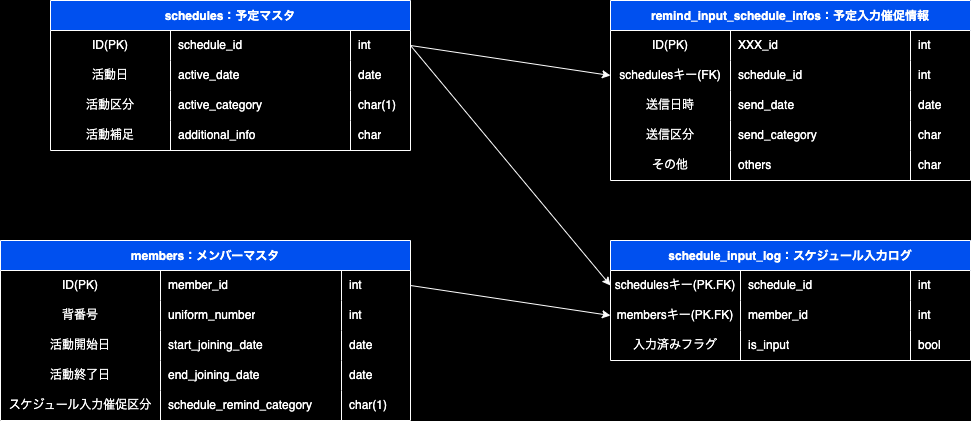
The draw.io diagram 03_テーブル/ER_figure.drawio.png in ShigaFreedom/document_freedom_system, before a commit. Source tidied: cells renumbered, new cells last; positions are measured from the earlier drawing's top-left corner, leaving out a move shared by most shapes.
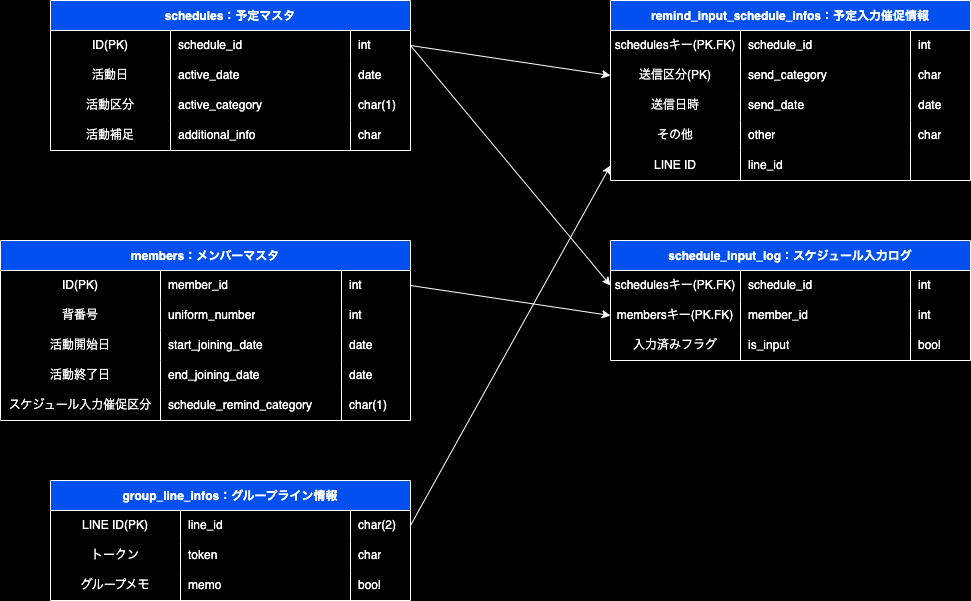
The same file after the commit.

The edit, as a diff of the source:
```diff
@@ -59,63 +59,63 @@
     <mxCell id="20" style="shape=tableRow;horizontal=0;startSize=0;swimlaneHead=0;swimlaneBody=0;top=0;left=0;bottom=0;right=0;fillColor=none;" parent="19" vertex="1">
       <mxGeometry y="30" width="360" height="30" as="geometry" />
     </mxCell>
-    <mxCell id="21" value="ID(PK)" style="shape=partialRectangle;html=1;whiteSpace=wrap;fillColor=none;top=0;left=0;bottom=0;right=0;overflow=hidden;fontColor=#FFFFFF;" parent="20" vertex="1">
-      <mxGeometry width="120" height="30" as="geometry" />
+    <mxCell id="21" value="schedulesキー(PK.FK)" style="shape=partialRectangle;html=1;whiteSpace=wrap;fillColor=none;top=0;left=0;bottom=0;right=0;overflow=hidden;fontColor=#FFFFFF;" parent="20" vertex="1">
+      <mxGeometry width="130" height="30" as="geometry" />
     </mxCell>
-    <mxCell id="22" value="XXX_id" style="shape=partialRectangle;html=1;whiteSpace=wrap;fillColor=none;top=0;left=0;bottom=0;right=0;align=left;spacingLeft=6;overflow=hidden;fontColor=#FFFFFF;" parent="20" vertex="1">
-      <mxGeometry x="120" width="180" height="30" as="geometry" />
+    <mxCell id="22" value="schedule_id" style="shape=partialRectangle;html=1;whiteSpace=wrap;fillColor=none;top=0;left=0;bottom=0;right=0;align=left;spacingLeft=6;overflow=hidden;fontColor=#FFFFFF;" parent="20" vertex="1">
+      <mxGeometry x="130" width="170" height="30" as="geometry" />
     </mxCell>
     <mxCell id="23" value="int" style="shape=partialRectangle;html=1;whiteSpace=wrap;fillColor=none;top=0;left=0;bottom=0;right=0;align=left;spacingLeft=6;overflow=hidden;fontColor=#FFFFFF;" parent="20" vertex="1">
       <mxGeometry x="300" width="60" height="30" as="geometry" />
     </mxCell>
-    <mxCell id="24" style="shape=tableRow;horizontal=0;startSize=0;swimlaneHead=0;swimlaneBody=0;top=0;left=0;bottom=0;right=0;fillColor=none;points=[[0,0.5],[1,0.5]];portConstraint=eastwest;" parent="19" vertex="1">
-      <mxGeometry y="60" width="360" height="30" as="geometry" />
-    </mxCell>
-    <mxCell id="25" value="schedulesキー(FK)" style="shape=partialRectangle;html=1;whiteSpace=wrap;fillColor=none;top=0;left=0;bottom=0;right=0;overflow=hidden;fontColor=#FFFFFF;" parent="24" vertex="1">
-      <mxGeometry width="120" height="30" as="geometry" />
-    </mxCell>
-    <mxCell id="26" value="schedule_id" style="shape=partialRectangle;html=1;whiteSpace=wrap;fillColor=none;top=0;left=0;bottom=0;right=0;align=left;spacingLeft=6;overflow=hidden;fontColor=#FFFFFF;" parent="24" vertex="1">
-      <mxGeometry x="120" width="180" height="30" as="geometry" />
-    </mxCell>
-    <mxCell id="27" value="int" style="shape=partialRectangle;html=1;whiteSpace=wrap;fillColor=none;top=0;left=0;bottom=0;right=0;align=left;spacingLeft=6;overflow=hidden;fontColor=#FFFFFF;" parent="24" vertex="1">
-      <mxGeometry x="300" width="60" height="30" as="geometry" />
-    </mxCell>
+    <mxCell id="32" style="shape=tableRow;horizontal=0;startSize=0;swimlaneHead=0;swimlaneBody=0;top=0;left=0;bottom=0;right=0;fillColor=none;" parent="19" vertex="1">
+      <mxGeometry y="60" width="360" height="30" as="geometry" />
+    </mxCell>
+    <mxCell id="33" value="送信区分(PK)" style="shape=partialRectangle;html=1;whiteSpace=wrap;fillColor=none;top=0;left=0;bottom=0;right=0;overflow=hidden;fontColor=#FFFFFF;" parent="32" vertex="1">
+      <mxGeometry width="130" height="30" as="geometry" />
+    </mxCell>
+    <mxCell id="34" value="send_category" style="shape=partialRectangle;html=1;whiteSpace=wrap;fillColor=none;top=0;left=0;bottom=0;right=0;align=left;spacingLeft=6;overflow=hidden;fontColor=#FFFFFF;" parent="32" vertex="1">
+      <mxGeometry x="130" width="170" height="30" as="geometry" />
+    </mxCell>
+    <mxCell id="35" value="char" style="shape=partialRectangle;html=1;whiteSpace=wrap;fillColor=none;top=0;left=0;bottom=0;right=0;align=left;spacingLeft=6;overflow=hidden;fontColor=#FFFFFF;" parent="32" vertex="1">
+      <mxGeometry x="300" width="60" height="30" as="geometry" />
+    </mxCell>
     <mxCell id="28" style="shape=tableRow;horizontal=0;startSize=0;swimlaneHead=0;swimlaneBody=0;top=0;left=0;bottom=0;right=0;fillColor=none;" parent="19" vertex="1">
       <mxGeometry y="90" width="360" height="30" as="geometry" />
     </mxCell>
     <mxCell id="29" value="送信日時" style="shape=partialRectangle;html=1;whiteSpace=wrap;fillColor=none;top=0;left=0;bottom=0;right=0;overflow=hidden;fontColor=#FFFFFF;" parent="28" vertex="1">
-      <mxGeometry width="120" height="30" as="geometry" />
+      <mxGeometry width="130" height="30" as="geometry" />
     </mxCell>
     <mxCell id="30" value="send_date" style="shape=partialRectangle;html=1;whiteSpace=wrap;fillColor=none;top=0;left=0;bottom=0;right=0;align=left;spacingLeft=6;overflow=hidden;fontColor=#FFFFFF;" parent="28" vertex="1">
-      <mxGeometry x="120" width="180" height="30" as="geometry" />
+      <mxGeometry x="130" width="170" height="30" as="geometry" />
     </mxCell>
     <mxCell id="31" value="date" style="shape=partialRectangle;html=1;whiteSpace=wrap;fillColor=none;top=0;left=0;bottom=0;right=0;align=left;spacingLeft=6;overflow=hidden;fontColor=#FFFFFF;" parent="28" vertex="1">
       <mxGeometry x="300" width="60" height="30" as="geometry" />
     </mxCell>
-    <mxCell id="32" style="shape=tableRow;horizontal=0;startSize=0;swimlaneHead=0;swimlaneBody=0;top=0;left=0;bottom=0;right=0;fillColor=none;" parent="19" vertex="1">
-      <mxGeometry y="120" width="360" height="30" as="geometry" />
-    </mxCell>
-    <mxCell id="33" value="送信区分" style="shape=partialRectangle;html=1;whiteSpace=wrap;fillColor=none;top=0;left=0;bottom=0;right=0;overflow=hidden;fontColor=#FFFFFF;" parent="32" vertex="1">
-      <mxGeometry width="120" height="30" as="geometry" />
-    </mxCell>
-    <mxCell id="34" value="send_category" style="shape=partialRectangle;html=1;whiteSpace=wrap;fillColor=none;top=0;left=0;bottom=0;right=0;align=left;spacingLeft=6;overflow=hidden;fontColor=#FFFFFF;" parent="32" vertex="1">
-      <mxGeometry x="120" width="180" height="30" as="geometry" />
-    </mxCell>
-    <mxCell id="35" value="char" style="shape=partialRectangle;html=1;whiteSpace=wrap;fillColor=none;top=0;left=0;bottom=0;right=0;align=left;spacingLeft=6;overflow=hidden;fontColor=#FFFFFF;" parent="32" vertex="1">
-      <mxGeometry x="300" width="60" height="30" as="geometry" />
-    </mxCell>
     <mxCell id="36" style="shape=tableRow;horizontal=0;startSize=0;swimlaneHead=0;swimlaneBody=0;top=0;left=0;bottom=0;right=0;fillColor=none;" parent="19" vertex="1">
-      <mxGeometry y="150" width="360" height="30" as="geometry" />
+      <mxGeometry y="120" width="360" height="30" as="geometry" />
     </mxCell>
     <mxCell id="37" value="その他" style="shape=partialRectangle;html=1;whiteSpace=wrap;fillColor=none;top=0;left=0;bottom=0;right=0;overflow=hidden;fontColor=#FFFFFF;" parent="36" vertex="1">
-      <mxGeometry width="120" height="30" as="geometry" />
+      <mxGeometry width="130" height="30" as="geometry" />
     </mxCell>
-    <mxCell id="38" value="others" style="shape=partialRectangle;html=1;whiteSpace=wrap;fillColor=none;top=0;left=0;bottom=0;right=0;align=left;spacingLeft=6;overflow=hidden;fontColor=#FFFFFF;" parent="36" vertex="1">
-      <mxGeometry x="120" width="180" height="30" as="geometry" />
+    <mxCell id="38" value="other" style="shape=partialRectangle;html=1;whiteSpace=wrap;fillColor=none;top=0;left=0;bottom=0;right=0;align=left;spacingLeft=6;overflow=hidden;fontColor=#FFFFFF;" parent="36" vertex="1">
+      <mxGeometry x="130" width="170" height="30" as="geometry" />
     </mxCell>
     <mxCell id="39" value="char" style="shape=partialRectangle;html=1;whiteSpace=wrap;fillColor=none;top=0;left=0;bottom=0;right=0;align=left;spacingLeft=6;overflow=hidden;fontColor=#FFFFFF;" parent="36" vertex="1">
       <mxGeometry x="300" width="60" height="30" as="geometry" />
     </mxCell>
+    <mxCell id="77" style="shape=tableRow;horizontal=0;startSize=0;swimlaneHead=0;swimlaneBody=0;top=0;left=0;bottom=0;right=0;fillColor=none;points=[[0,0.5],[1,0.5]];portConstraint=eastwest;" parent="19" vertex="1">
+      <mxGeometry y="150" width="360" height="30" as="geometry" />
+    </mxCell>
+    <mxCell id="78" value="LINE ID" style="shape=partialRectangle;html=1;whiteSpace=wrap;fillColor=none;top=0;left=0;bottom=0;right=0;overflow=hidden;fontColor=#FFFFFF;" parent="77" vertex="1">
+      <mxGeometry width="130" height="30" as="geometry" />
+    </mxCell>
+    <mxCell id="79" value="line_id" style="shape=partialRectangle;html=1;whiteSpace=wrap;fillColor=none;top=0;left=0;bottom=0;right=0;align=left;spacingLeft=6;overflow=hidden;fontColor=#FFFFFF;" parent="77" vertex="1">
+      <mxGeometry x="130" width="170" height="30" as="geometry" />
+    </mxCell>
+    <mxCell id="80" style="shape=partialRectangle;html=1;whiteSpace=wrap;fillColor=none;top=0;left=0;bottom=0;right=0;align=left;spacingLeft=6;overflow=hidden;fontColor=#FFFFFF;" parent="77" vertex="1">
+      <mxGeometry x="300" width="60" height="30" as="geometry" />
+    </mxCell>
     <mxCell id="40" value="members：メンバーマスタ" style="shape=table;startSize=30;rowLines=0;fontStyle=1;fillColor=#0050ef;fontColor=#FFFFFF;strokeColor=#FFFFFF;" parent="1" vertex="1">
       <mxGeometry y="240" width="410" height="180" as="geometry" />
     </mxCell>
@@ -224,8 +224,52 @@
     <mxCell id="75" style="endArrow=classic;html=1;fontColor=#FFFFFF;strokeColor=#FFFFFF;exitX=1;exitY=0.5;exitDx=0;exitDy=0;entryX=0;entryY=0.5;entryDx=0;entryDy=0;" parent="1" edge="1" source="3" target="62">
       <mxGeometry relative="1" as="geometry" />
     </mxCell>
-    <mxCell id="76" style="endArrow=classic;html=1;fontColor=#FFFFFF;strokeColor=#FFFFFF;entryX=0;entryY=0.5;entryDx=0;entryDy=0;exitX=1;exitY=0.5;exitDx=0;exitDy=0;" parent="1" edge="1" source="3" target="24">
-      <mxGeometry relative="1" as="geometry" />
+    <mxCell id="76" style="endArrow=classic;html=1;fontColor=#FFFFFF;strokeColor=#FFFFFF;entryX=0;entryY=0.5;entryDx=0;entryDy=0;exitX=1;exitY=0.5;exitDx=0;exitDy=0;" parent="1" edge="1" source="3">
+      <mxGeometry relative="1" as="geometry">
+        <mxPoint x="610" y="75" as="targetPoint" />
+      </mxGeometry>
     </mxCell>
+    <mxCell id="81" value="group_line_infos：グループライン情報" style="shape=table;startSize=30;rowLines=0;fontStyle=1;fillColor=#0050ef;fontColor=#FFFFFF;strokeColor=#FFFFFF;" parent="1" vertex="1">
+      <mxGeometry x="50" y="480" width="360" height="120" as="geometry" />
+    </mxCell>
+    <mxCell id="82" style="shape=tableRow;horizontal=0;startSize=0;swimlaneHead=0;swimlaneBody=0;top=0;left=0;bottom=0;right=0;fillColor=none;points=[[0,0.5],[1,0.5]];portConstraint=eastwest;" parent="81" vertex="1">
+      <mxGeometry y="30" width="360" height="30" as="geometry" />
+    </mxCell>
+    <mxCell id="83" value="LINE ID(PK)" style="shape=partialRectangle;html=1;whiteSpace=wrap;fillColor=none;top=0;left=0;bottom=0;right=0;overflow=hidden;fontColor=#FFFFFF;" parent="82" vertex="1">
+      <mxGeometry width="130" height="30" as="geometry" />
+    </mxCell>
+    <mxCell id="84" value="line_id" style="shape=partialRectangle;html=1;whiteSpace=wrap;fillColor=none;top=0;left=0;bottom=0;right=0;align=left;spacingLeft=6;overflow=hidden;fontColor=#FFFFFF;" parent="82" vertex="1">
+      <mxGeometry x="130" width="170" height="30" as="geometry" />
+    </mxCell>
+    <mxCell id="85" value="char(2)" style="shape=partialRectangle;html=1;whiteSpace=wrap;fillColor=none;top=0;left=0;bottom=0;right=0;align=left;spacingLeft=6;overflow=hidden;fontColor=#FFFFFF;" parent="82" vertex="1">
+      <mxGeometry x="300" width="60" height="30" as="geometry" />
+    </mxCell>
+    <mxCell id="24" style="shape=tableRow;horizontal=0;startSize=0;swimlaneHead=0;swimlaneBody=0;top=0;left=0;bottom=0;right=0;fillColor=none;points=[[0,0.5],[1,0.5]];portConstraint=eastwest;" parent="81" vertex="1">
+      <mxGeometry y="60" width="360" height="30" as="geometry" />
+    </mxCell>
+    <mxCell id="86" value="トークン" style="shape=partialRectangle;html=1;whiteSpace=wrap;fillColor=none;top=0;left=0;bottom=0;right=0;overflow=hidden;fontColor=#FFFFFF;" parent="24" vertex="1">
+      <mxGeometry width="130" height="30" as="geometry" />
+    </mxCell>
+    <mxCell id="87" value="token" style="shape=partialRectangle;html=1;whiteSpace=wrap;fillColor=none;top=0;left=0;bottom=0;right=0;align=left;spacingLeft=6;overflow=hidden;fontColor=#FFFFFF;" parent="24" vertex="1">
+      <mxGeometry x="130" width="170" height="30" as="geometry" />
+    </mxCell>
+    <mxCell id="88" value="char" style="shape=partialRectangle;html=1;whiteSpace=wrap;fillColor=none;top=0;left=0;bottom=0;right=0;align=left;spacingLeft=6;overflow=hidden;fontColor=#FFFFFF;" parent="24" vertex="1">
+      <mxGeometry x="300" width="60" height="30" as="geometry" />
+    </mxCell>
+    <mxCell id="89" style="shape=tableRow;horizontal=0;startSize=0;swimlaneHead=0;swimlaneBody=0;top=0;left=0;bottom=0;right=0;fillColor=none;" parent="81" vertex="1">
+      <mxGeometry y="90" width="360" height="30" as="geometry" />
+    </mxCell>
+    <mxCell id="90" value="グループメモ" style="shape=partialRectangle;html=1;whiteSpace=wrap;fillColor=none;top=0;left=0;bottom=0;right=0;overflow=hidden;fontColor=#FFFFFF;" parent="89" vertex="1">
+      <mxGeometry width="130" height="30" as="geometry" />
+    </mxCell>
+    <mxCell id="91" value="memo" style="shape=partialRectangle;html=1;whiteSpace=wrap;fillColor=none;top=0;left=0;bottom=0;right=0;align=left;spacingLeft=6;overflow=hidden;fontColor=#FFFFFF;" parent="89" vertex="1">
+      <mxGeometry x="130" width="170" height="30" as="geometry" />
+    </mxCell>
+    <mxCell id="92" value="bool" style="shape=partialRectangle;html=1;whiteSpace=wrap;fillColor=none;top=0;left=0;bottom=0;right=0;align=left;spacingLeft=6;overflow=hidden;fontColor=#FFFFFF;" parent="89" vertex="1">
+      <mxGeometry x="300" width="60" height="30" as="geometry" />
+    </mxCell>
+    <mxCell id="93" style="endArrow=classic;html=1;fontColor=#FFFFFF;strokeColor=#FFFFFF;exitX=1;exitY=0.5;exitDx=0;exitDy=0;entryX=0;entryY=0.5;entryDx=0;entryDy=0;" parent="1" edge="1" source="82" target="77">
+      <mxGeometry relative="1" as="geometry" />
+    </mxCell>
   </root>
 </mxGraphModel>
```
